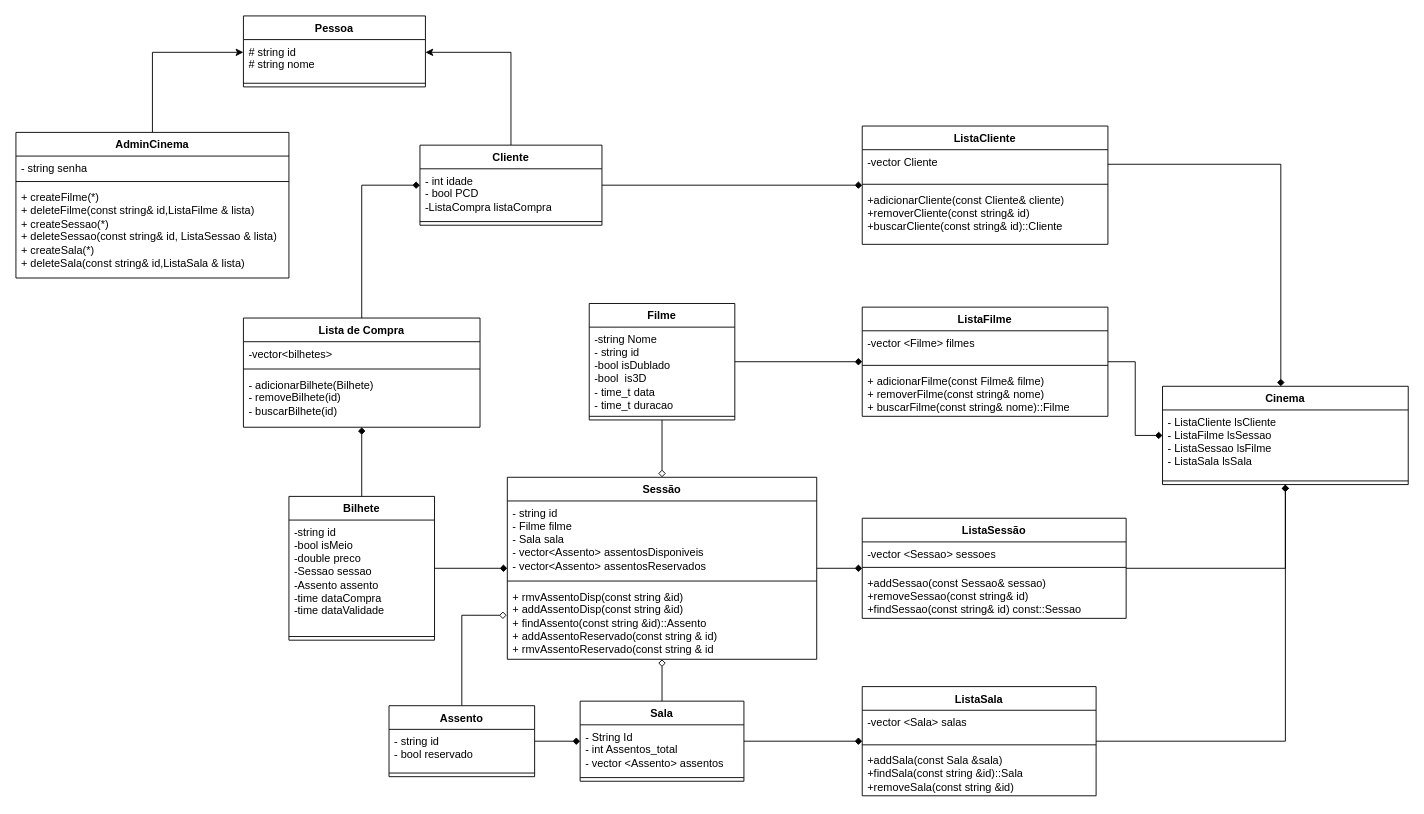
The draw.io diagram UML-CineCon.drawio in eramoss/CineCon, before the edit. Source tidied: cells renumbered, new cells numbered last; positions are measured from the earlier drawing's top-left corner, leaving out a move shared by most shapes. Both pictures are drawn from the tidied source at 91%, with x=0, y=0 at pixel (15, 15).
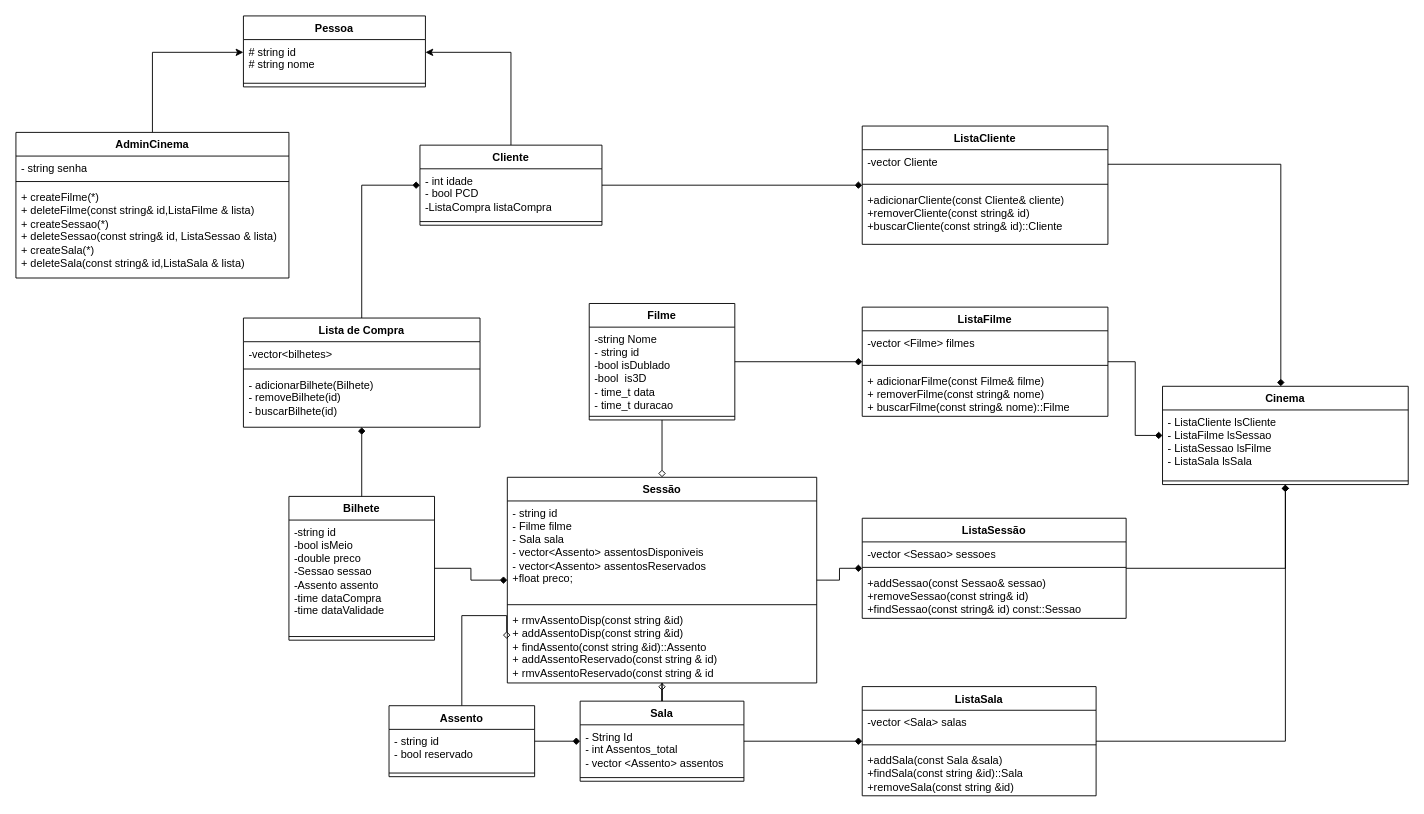
After the change.

Commit message:
UML pronta

The edit, as a diff of the source:
```diff
@@
     <mxCell id="13" value="Sessão" style="swimlane;fontStyle=1;align=center;verticalAlign=top;horizontal=1;startSize=26;whiteSpace=wrap;html=1;" parent="1" vertex="1">
-      <mxGeometry x="540" y="507" width="340" height="200" as="geometry" />
+      <mxGeometry x="540" y="507" width="340" height="226" as="geometry" />
     </mxCell>
-    <mxCell id="14" value="- string id&lt;br&gt;- Filme filme&lt;br&gt;- Sala sala&lt;br&gt;- vector&amp;lt;Assento&amp;gt; assentosDisponiveis&lt;br&gt;- vector&amp;lt;Assento&amp;gt; assentosReservados" style="text;strokeColor=none;fillColor=none;align=left;verticalAlign=top;spacingLeft=4;spacingRight=4;overflow=hidden;whiteSpace=wrap;html=1;" parent="13" vertex="1">
-      <mxGeometry y="26" width="340" height="84" as="geometry" />
+    <mxCell id="14" value="- string id&lt;br&gt;- Filme filme&lt;br&gt;- Sala sala&lt;br&gt;- vector&amp;lt;Assento&amp;gt; assentosDisponiveis&lt;br&gt;&lt;div&gt;- vector&amp;lt;Assento&amp;gt; assentosReservados&lt;/div&gt;&lt;div&gt;+float preco;&lt;/div&gt;&lt;div&gt;&lt;br&gt;&lt;/div&gt;" style="text;strokeColor=none;fillColor=none;align=left;verticalAlign=top;spacingLeft=4;spacingRight=4;overflow=hidden;whiteSpace=wrap;html=1;" parent="13" vertex="1">
+      <mxGeometry y="26" width="340" height="110" as="geometry" />
     </mxCell>
     <mxCell id="15" style="line;strokeWidth=1;fillColor=none;align=left;verticalAlign=middle;spacingTop=-1;spacingLeft=3;spacingRight=3;labelPosition=right;strokeColor=inherit;" parent="13" vertex="1">
-      <mxGeometry y="110" width="340" height="8" as="geometry" />
+      <mxGeometry y="136" width="340" height="8" as="geometry" />
     </mxCell>
     <mxCell id="16" value="+ rmvAssentoDisp(const string &amp;amp;id)&lt;div&gt;+ addAssentoDisp(const string &amp;amp;id)&lt;/div&gt;&lt;div&gt;+ findAssento(const string &amp;amp;id)::Assento&lt;/div&gt;&lt;div&gt;+ addAssentoReservado(const string &amp;amp; id)&lt;/div&gt;&lt;div&gt;+ rmvAssentoReservado(const string &amp;amp; id&lt;/div&gt;" style="text;strokeColor=none;fillColor=none;align=left;verticalAlign=top;spacingLeft=4;spacingRight=4;overflow=hidden;points=[[0,0.5],[1,0.5]];portConstraint=eastwest;whiteSpace=wrap;html=1;" parent="13" vertex="1">
-      <mxGeometry y="118" width="340" height="82" as="geometry" />
+      <mxGeometry y="144" width="340" height="82" as="geometry" />
     </mxCell>
```
